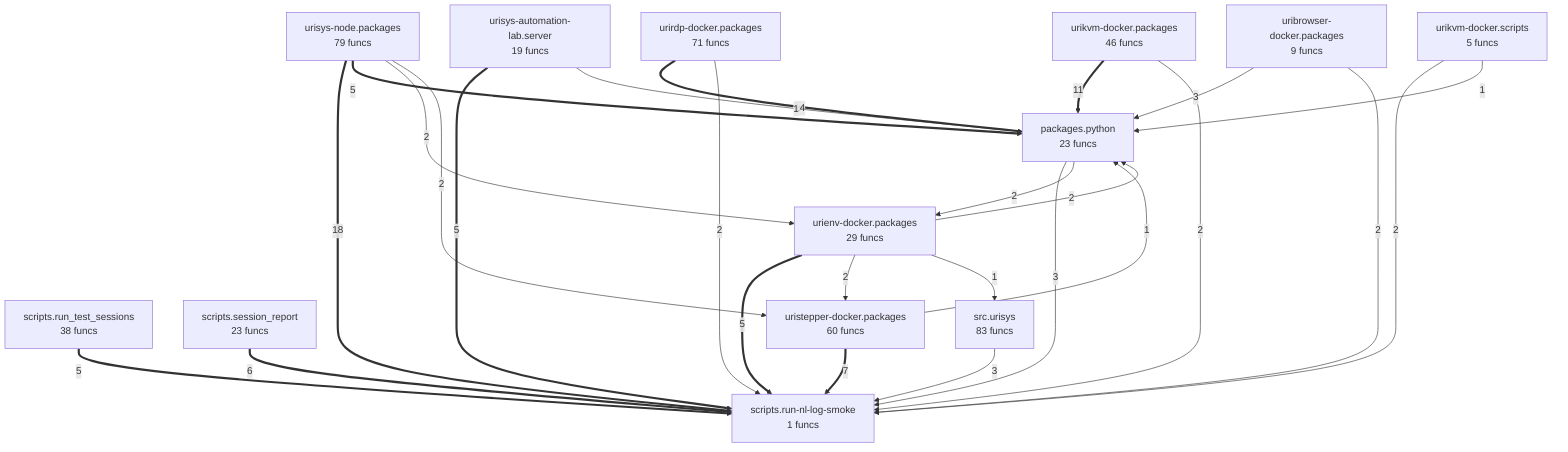
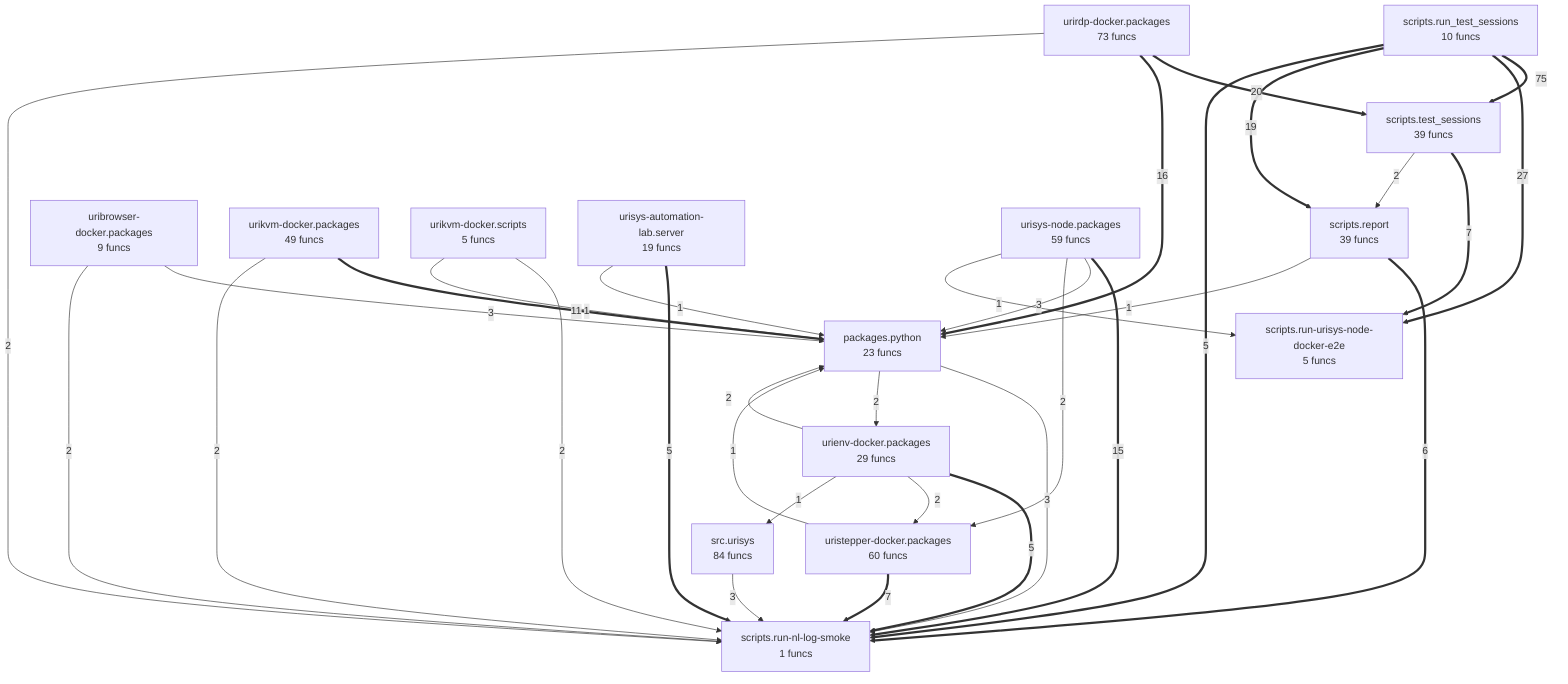
flowchart TD
- %% generated in 0.02s
+ %% generated in 0.01s
    packages__python["packages.python<br/>23 funcs"]
+     scripts__report["scripts.report<br/>39 funcs"]
    scripts__run_nl_log_smoke["scripts.run-nl-log-smoke<br/>1 funcs"]
-     scripts__run_test_sessions["scripts.run_test_sessions<br/>38 funcs"]
-     scripts__session_report["scripts.session_report<br/>23 funcs"]
-     src__urisys["src.urisys<br/>83 funcs"]
+     scripts__run_urisys_node_docker_e2e["scripts.run-urisys-node-docker-e2e<br/>5 funcs"]
+     scripts__run_test_sessions["scripts.run_test_sessions<br/>10 funcs"]
+     scripts__test_sessions["scripts.test_sessions<br/>39 funcs"]
+     src__urisys["src.urisys<br/>84 funcs"]
    uribrowser_docker__packages["uribrowser-docker.packages<br/>9 funcs"]
    urienv_docker__packages["urienv-docker.packages<br/>29 funcs"]
-     urikvm_docker__packages["urikvm-docker.packages<br/>46 funcs"]
+     urikvm_docker__packages["urikvm-docker.packages<br/>49 funcs"]
    urikvm_docker__scripts["urikvm-docker.scripts<br/>5 funcs"]
-     urirdp_docker__packages["urirdp-docker.packages<br/>71 funcs"]
+     urirdp_docker__packages["urirdp-docker.packages<br/>73 funcs"]
    uristepper_docker__packages["uristepper-docker.packages<br/>60 funcs"]
    urisys_automation_lab__server["urisys-automation-lab.server<br/>19 funcs"]
-     urisys_node__packages["urisys-node.packages<br/>79 funcs"]
-     urisys_node__packages ==>|18| scripts__run_nl_log_smoke
-     urirdp_docker__packages ==>|14| packages__python
+     urisys_node__packages["urisys-node.packages<br/>59 funcs"]
+     scripts__run_test_sessions ==>|75| scripts__test_sessions
+     scripts__run_test_sessions ==>|27| scripts__run_urisys_node_docker_e2e
+     urirdp_docker__packages ==>|20| scripts__test_sessions
+     scripts__run_test_sessions ==>|19| scripts__report
+     urirdp_docker__packages ==>|16| packages__python
+     urisys_node__packages ==>|15| scripts__run_nl_log_smoke
    urikvm_docker__packages ==>|11| packages__python
    uristepper_docker__packages ==>|7| scripts__run_nl_log_smoke
-     scripts__session_report ==>|6| scripts__run_nl_log_smoke
+     scripts__test_sessions ==>|7| scripts__run_urisys_node_docker_e2e
+     scripts__report ==>|6| scripts__run_nl_log_smoke
    scripts__run_test_sessions ==>|5| scripts__run_nl_log_smoke
    urisys_automation_lab__server ==>|5| scripts__run_nl_log_smoke
    urienv_docker__packages ==>|5| scripts__run_nl_log_smoke
-     urisys_node__packages ==>|5| packages__python
    packages__python -->|3| scripts__run_nl_log_smoke
    src__urisys -->|3| scripts__run_nl_log_smoke
    uribrowser_docker__packages -->|3| packages__python
+     urisys_node__packages -->|3| packages__python
    packages__python -->|2| urienv_docker__packages
+     scripts__test_sessions -->|2| scripts__report
    urirdp_docker__packages -->|2| scripts__run_nl_log_smoke
    uribrowser_docker__packages -->|2| scripts__run_nl_log_smoke
    urikvm_docker__packages -->|2| scripts__run_nl_log_smoke
    urikvm_docker__scripts -->|2| scripts__run_nl_log_smoke
    urienv_docker__packages -->|2| uristepper_docker__packages
    urienv_docker__packages -->|2| packages__python
-     urisys_node__packages -->|2| urienv_docker__packages
    urisys_node__packages -->|2| uristepper_docker__packages
    uristepper_docker__packages -->|1| packages__python
+     scripts__report -->|1| packages__python
    urikvm_docker__scripts -->|1| packages__python
    urisys_automation_lab__server -->|1| packages__python
    urienv_docker__packages -->|1| src__urisys
+     urisys_node__packages -->|1| scripts__run_urisys_node_docker_e2e
